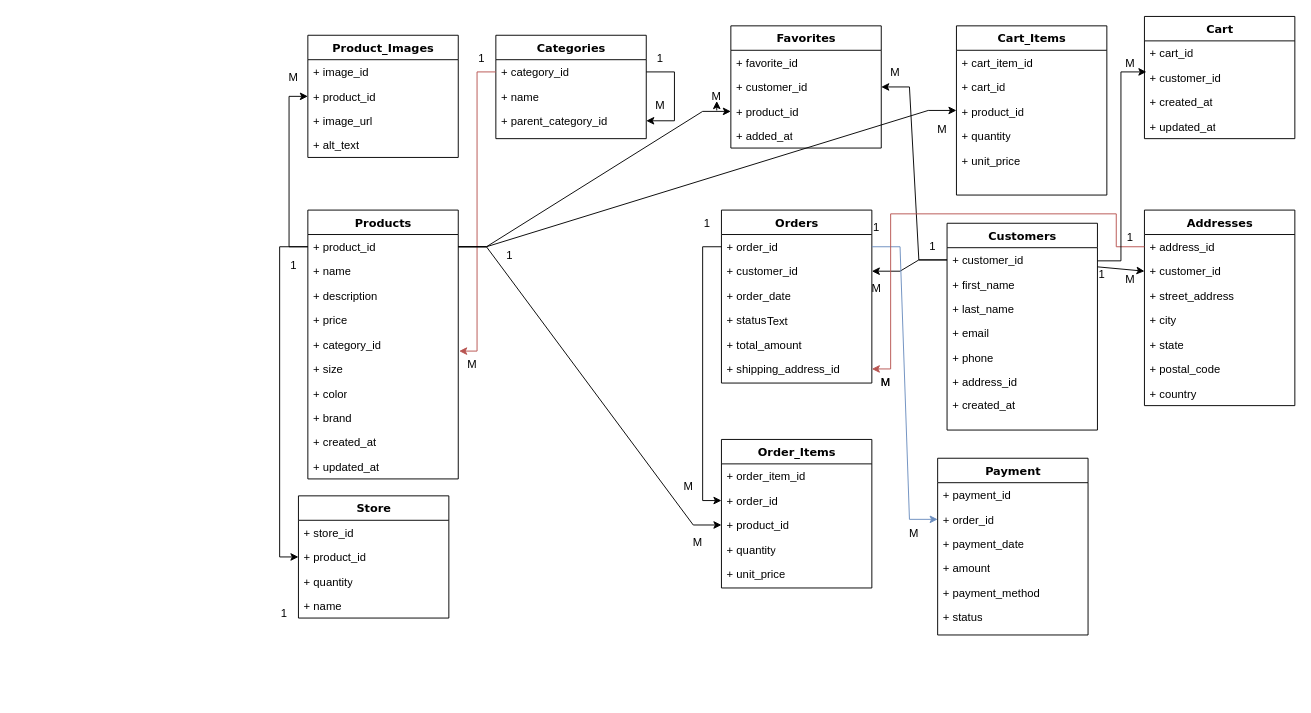
Before: docs/Діаграма без назви.drawio in Yaroslav-Sp/modnyk, a draw.io diagram. Source tidied: cells renumbered, new cells numbered last; positions are measured from the earlier drawing's top-left corner, leaving out a move shared by most shapes. Both pictures are drawn from the tidied source at 94%, with x=0, y=0 at pixel (270, 16).
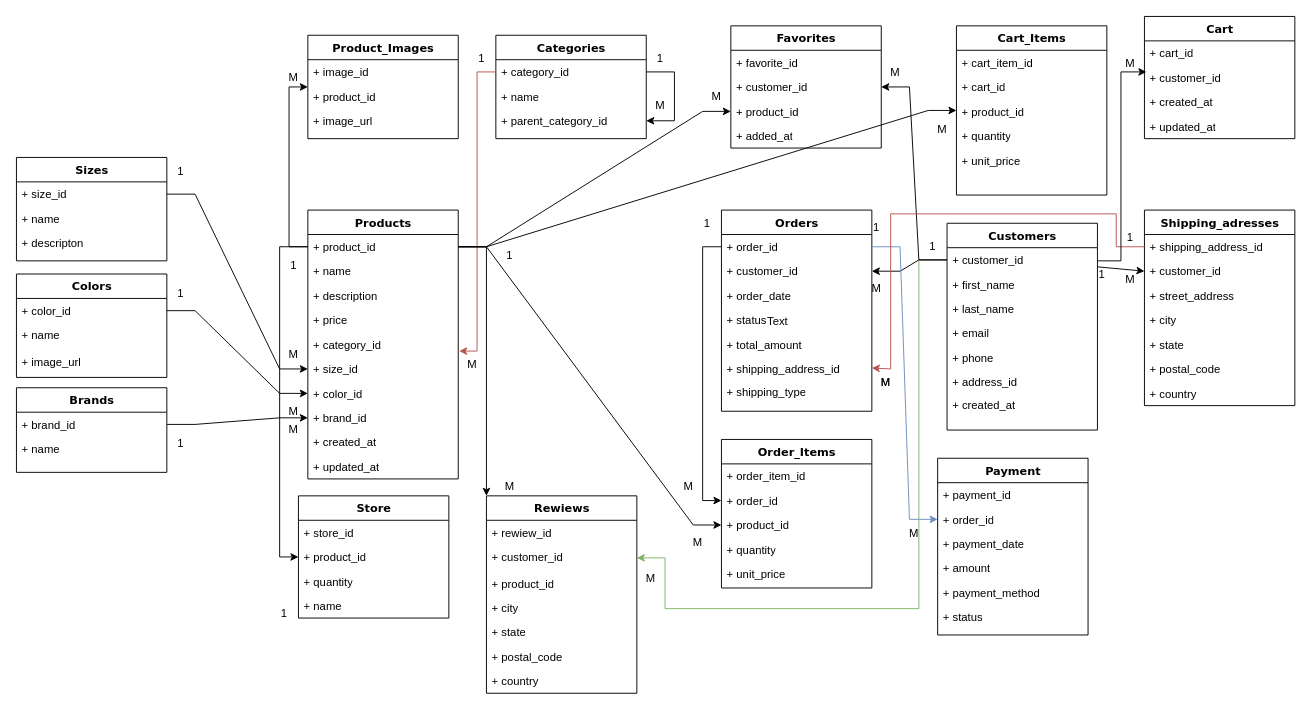
The same diagram, later.

Unchanged cells that the change refers to:
```xml
<mxCell id="2" value="Products" style="swimlane;html=1;fontStyle=1;align=center;verticalAlign=top;horizontal=1;startSize=26;swimlaneFillColor=#ffffff;rounded=0;shadow=0;comic=0;labelBackgroundColor=none;strokeWidth=1;fillColor=none;fontFamily=Verdana;fontSize=12;" parent="1" vertex="1">
  <mxGeometry x="40" y="206" width="160" height="286" as="geometry" />
</mxCell>
<mxCell id="3" value="+ product_id" style="text;html=1;strokeColor=none;fillColor=none;align=left;verticalAlign=top;spacingLeft=4;spacingRight=4;whiteSpace=wrap;overflow=hidden;points=[[0,0.5],[1,0.5]];portConstraint=eastwest;" parent="2" vertex="1">
  <mxGeometry y="26" width="160" height="26" as="geometry" />
</mxCell>
<mxCell id="78" value="+ product_id" style="text;html=1;strokeColor=none;fillColor=none;align=left;verticalAlign=top;spacingLeft=4;spacingRight=4;whiteSpace=wrap;overflow=hidden;points=[[0,0.5],[1,0.5]];portConstraint=eastwest;" parent="75" vertex="1">
  <mxGeometry y="78" width="160" height="26" as="geometry" />
</mxCell>
<mxCell id="93" value="M" style="text;html=1;align=center;verticalAlign=middle;whiteSpace=wrap;rounded=0;" parent="1" vertex="1">
  <mxGeometry x="460" y="70" width="30" height="30" as="geometry" />
</mxCell>
<mxCell id="102" value="1" style="text;html=1;align=center;verticalAlign=middle;whiteSpace=wrap;rounded=0;" parent="1" vertex="1">
  <mxGeometry x="690" y="230" width="30" height="30" as="geometry" />
</mxCell>
```

Change to the diagram source:
```diff
@@
-    <mxCell id="8" value="+ size" style="text;html=1;strokeColor=none;fillColor=none;align=left;verticalAlign=top;spacingLeft=4;spacingRight=4;whiteSpace=wrap;overflow=hidden;points=[[0,0.5],[1,0.5]];portConstraint=eastwest;" parent="2" vertex="1">
+    <mxCell id="8" value="+ size_id" style="text;html=1;strokeColor=none;fillColor=none;align=left;verticalAlign=top;spacingLeft=4;spacingRight=4;whiteSpace=wrap;overflow=hidden;points=[[0,0.5],[1,0.5]];portConstraint=eastwest;" parent="2" vertex="1">
       <mxGeometry y="156" width="160" height="26" as="geometry" />
     </mxCell>
-    <mxCell id="9" value="+ color" style="text;html=1;strokeColor=none;fillColor=none;align=left;verticalAlign=top;spacingLeft=4;spacingRight=4;whiteSpace=wrap;overflow=hidden;points=[[0,0.5],[1,0.5]];portConstraint=eastwest;" parent="2" vertex="1">
+    <mxCell id="9" value="+ color_id" style="text;html=1;strokeColor=none;fillColor=none;align=left;verticalAlign=top;spacingLeft=4;spacingRight=4;whiteSpace=wrap;overflow=hidden;points=[[0,0.5],[1,0.5]];portConstraint=eastwest;" parent="2" vertex="1">
       <mxGeometry y="182" width="160" height="26" as="geometry" />
     </mxCell>
-    <mxCell id="10" value="+ brand" style="text;html=1;strokeColor=none;fillColor=none;align=left;verticalAlign=top;spacingLeft=4;spacingRight=4;whiteSpace=wrap;overflow=hidden;points=[[0,0.5],[1,0.5]];portConstraint=eastwest;" parent="2" vertex="1">
+    <mxCell id="10" value="+ brand_id" style="text;html=1;strokeColor=none;fillColor=none;align=left;verticalAlign=top;spacingLeft=4;spacingRight=4;whiteSpace=wrap;overflow=hidden;points=[[0,0.5],[1,0.5]];portConstraint=eastwest;" parent="2" vertex="1">
       <mxGeometry y="208" width="160" height="26" as="geometry" />
     </mxCell>
@@
     <mxCell id="26" value="Orders" style="swimlane;html=1;fontStyle=1;align=center;verticalAlign=top;horizontal=1;startSize=26;swimlaneFillColor=#ffffff;rounded=0;shadow=0;comic=0;labelBackgroundColor=none;strokeWidth=1;fillColor=none;fontFamily=Verdana;fontSize=12;" parent="1" vertex="1">
-      <mxGeometry x="480" y="206" width="160" height="184" as="geometry" />
+      <mxGeometry x="480" y="206" width="160" height="214" as="geometry" />
     </mxCell>
@@
     <mxCell id="32" value="+ shipping_address_id" style="text;html=1;strokeColor=none;fillColor=none;align=left;verticalAlign=top;spacingLeft=4;spacingRight=4;whiteSpace=wrap;overflow=hidden;points=[[0,0.5],[1,0.5]];portConstraint=eastwest;" parent="26" vertex="1">
-      <mxGeometry y="156" width="160" height="26" as="geometry" />
+      <mxGeometry y="156" width="160" height="24" as="geometry" />
     </mxCell>
+    <mxCell id="119" value="+ shipping_type" style="text;html=1;strokeColor=none;fillColor=none;align=left;verticalAlign=top;spacingLeft=4;spacingRight=4;whiteSpace=wrap;overflow=hidden;" parent="26" vertex="1">
+      <mxGeometry y="180" width="160" height="24" as="geometry" />
+    </mxCell>
@@
-    <mxCell id="39" value="Addresses" style="swimlane;html=1;fontStyle=1;align=center;verticalAlign=top;horizontal=1;startSize=26;swimlaneFillColor=#ffffff;rounded=0;shadow=0;comic=0;labelBackgroundColor=none;strokeWidth=1;fillColor=none;fontFamily=Verdana;fontSize=12;" parent="1" vertex="1">
+    <mxCell id="39" value="Shipping_adresses" style="swimlane;html=1;fontStyle=1;align=center;verticalAlign=top;horizontal=1;startSize=26;swimlaneFillColor=#ffffff;rounded=0;shadow=0;comic=0;labelBackgroundColor=none;strokeWidth=1;fillColor=none;fontFamily=Verdana;fontSize=12;" parent="1" vertex="1">
       <mxGeometry x="930" y="206" width="160" height="208" as="geometry" />
     </mxCell>
-    <mxCell id="40" value="+ address_id" style="text;html=1;strokeColor=none;fillColor=none;align=left;verticalAlign=top;spacingLeft=4;spacingRight=4;whiteSpace=wrap;overflow=hidden;points=[[0,0.5],[1,0.5]];portConstraint=eastwest;" parent="39" vertex="1">
+    <mxCell id="40" value="+ shipping_address_id" style="text;html=1;strokeColor=none;fillColor=none;align=left;verticalAlign=top;spacingLeft=4;spacingRight=4;whiteSpace=wrap;overflow=hidden;points=[[0,0.5],[1,0.5]];portConstraint=eastwest;" parent="39" vertex="1">
       <mxGeometry y="26" width="160" height="26" as="geometry" />
     </mxCell>
@@
     <mxCell id="59" value="Product_Images" style="swimlane;html=1;fontStyle=1;align=center;verticalAlign=top;horizontal=1;startSize=26;swimlaneFillColor=#ffffff;rounded=0;shadow=0;comic=0;labelBackgroundColor=none;strokeWidth=1;fillColor=none;fontFamily=Verdana;fontSize=12;" parent="1" vertex="1">
-      <mxGeometry x="40" y="20" width="160" height="130" as="geometry" />
+      <mxGeometry x="40" y="20" width="160" height="110" as="geometry" />
     </mxCell>
@@
     <mxCell id="62" value="+ image_url" style="text;html=1;strokeColor=none;fillColor=none;align=left;verticalAlign=top;spacingLeft=4;spacingRight=4;whiteSpace=wrap;overflow=hidden;" parent="59" vertex="1">
-      <mxGeometry y="78" width="160" height="26" as="geometry" />
+      <mxGeometry y="78" width="160" height="30" as="geometry" />
     </mxCell>
-    <mxCell id="63" value="+ alt_text" style="text;html=1;strokeColor=none;fillColor=none;align=left;verticalAlign=top;spacingLeft=4;spacingRight=4;whiteSpace=wrap;overflow=hidden;" parent="59" vertex="1">
-      <mxGeometry y="104" width="160" height="26" as="geometry" />
-    </mxCell>
@@
     <mxCell id="89" style="edgeStyle=entityRelationEdgeStyle;rounded=0;jettySize=auto;html=1;entryX=0;entryY=0.5;entryDx=0;entryDy=0;" parent="1" edge="1" source="3" target="78">
-      <mxGeometry relative="1" as="geometry" />
+      <mxGeometry relative="1" as="geometry">
+        <Array as="points">
+          <mxPoint x="310" y="490" />
+        </Array>
+      </mxGeometry>
     </mxCell>
@@
+    <mxCell id="120" style="edgeStyle=orthogonalEdgeStyle;rounded=0;jettySize=auto;html=1;fillColor=#d5e8d4;strokeColor=#82b366;" parent="1" edge="1" source="102" target="123">
+      <mxGeometry relative="1" as="geometry">
+        <Array as="points">
+          <mxPoint x="690" y="630" />
+          <mxPoint x="420" y="630" />
+          <mxPoint x="420" y="576" />
+        </Array>
+      </mxGeometry>
+    </mxCell>
@@
-    <mxCell id="105" style="edgeStyle=orthogonalEdgeStyle;rounded=0;orthogonalLoop=1;jettySize=auto;html=1;exitX=0.5;exitY=1;exitDx=0;exitDy=0;entryX=0.5;entryY=0.667;entryDx=0;entryDy=0;entryPerimeter=0;" parent="1" edge="1" source="93" target="93">
-      <mxGeometry relative="1" as="geometry" />
-    </mxCell>
@@
+    <mxCell id="121" value="Rewiews" style="swimlane;html=1;fontStyle=1;align=center;verticalAlign=top;horizontal=1;startSize=26;swimlaneFillColor=#ffffff;rounded=0;shadow=0;comic=0;labelBackgroundColor=none;strokeWidth=1;fillColor=none;fontFamily=Verdana;fontSize=12;" parent="1" vertex="1">
+      <mxGeometry x="230" y="510" width="160" height="210" as="geometry" />
+    </mxCell>
+    <mxCell id="122" value="+ rewiew_id" style="text;html=1;strokeColor=none;fillColor=none;align=left;verticalAlign=top;spacingLeft=4;spacingRight=4;whiteSpace=wrap;overflow=hidden;" parent="121" vertex="1">
+      <mxGeometry y="26" width="160" height="26" as="geometry" />
+    </mxCell>
+    <mxCell id="123" value="+ customer_id" style="text;html=1;strokeColor=none;fillColor=none;align=left;verticalAlign=top;spacingLeft=4;spacingRight=4;whiteSpace=wrap;overflow=hidden;points=[[0,0.5],[1,0.5]];portConstraint=eastwest;" parent="121" vertex="1">
+      <mxGeometry y="52" width="160" height="28" as="geometry" />
+    </mxCell>
+    <mxCell id="124" value="+ product_id" style="text;html=1;strokeColor=none;fillColor=none;align=left;verticalAlign=top;spacingLeft=4;spacingRight=4;whiteSpace=wrap;overflow=hidden;" parent="121" vertex="1">
+      <mxGeometry y="80" width="160" height="26" as="geometry" />
+    </mxCell>
+    <mxCell id="125" value="+ city" style="text;html=1;strokeColor=none;fillColor=none;align=left;verticalAlign=top;spacingLeft=4;spacingRight=4;whiteSpace=wrap;overflow=hidden;" parent="121" vertex="1">
+      <mxGeometry y="106" width="160" height="26" as="geometry" />
+    </mxCell>
+    <mxCell id="126" value="+ state" style="text;html=1;strokeColor=none;fillColor=none;align=left;verticalAlign=top;spacingLeft=4;spacingRight=4;whiteSpace=wrap;overflow=hidden;" parent="121" vertex="1">
+      <mxGeometry y="132" width="160" height="26" as="geometry" />
+    </mxCell>
+    <mxCell id="127" value="+ postal_code" style="text;html=1;strokeColor=none;fillColor=none;align=left;verticalAlign=top;spacingLeft=4;spacingRight=4;whiteSpace=wrap;overflow=hidden;" parent="121" vertex="1">
+      <mxGeometry y="158" width="160" height="26" as="geometry" />
+    </mxCell>
+    <mxCell id="128" value="+ country" style="text;html=1;strokeColor=none;fillColor=none;align=left;verticalAlign=top;spacingLeft=4;spacingRight=4;whiteSpace=wrap;overflow=hidden;" parent="121" vertex="1">
+      <mxGeometry y="184" width="160" height="26" as="geometry" />
+    </mxCell>
+    <mxCell id="129" style="edgeStyle=orthogonalEdgeStyle;rounded=0;jettySize=auto;html=1;entryX=0;entryY=0;entryDx=0;entryDy=0;" parent="1" edge="1" source="3" target="121">
+      <mxGeometry relative="1" as="geometry" />
+    </mxCell>
+    <mxCell id="130" value="M" style="text;html=1;align=center;verticalAlign=middle;whiteSpace=wrap;rounded=0;" parent="1" vertex="1">
+      <mxGeometry x="240" y="490" width="30" height="20" as="geometry" />
+    </mxCell>
+    <mxCell id="131" value="M" style="text;html=1;align=center;verticalAlign=middle;whiteSpace=wrap;rounded=0;" parent="1" vertex="1">
+      <mxGeometry x="390" y="588" width="30" height="20" as="geometry" />
+    </mxCell>
+    <mxCell id="132" value="Sizes" style="swimlane;html=1;fontStyle=1;align=center;verticalAlign=top;horizontal=1;startSize=26;swimlaneFillColor=#ffffff;rounded=0;shadow=0;comic=0;labelBackgroundColor=none;strokeWidth=1;fillColor=none;fontFamily=Verdana;fontSize=12;" parent="1" vertex="1">
+      <mxGeometry x="-270" y="150" width="160" height="110" as="geometry" />
+    </mxCell>
+    <mxCell id="133" value="+ size_id" style="text;html=1;strokeColor=none;fillColor=none;align=left;verticalAlign=top;spacingLeft=4;spacingRight=4;whiteSpace=wrap;overflow=hidden;points=[[0,0.5],[1,0.5]];portConstraint=eastwest;" parent="132" vertex="1">
+      <mxGeometry y="26" width="160" height="26" as="geometry" />
+    </mxCell>
+    <mxCell id="134" value="+ name" style="text;html=1;strokeColor=none;fillColor=none;align=left;verticalAlign=top;spacingLeft=4;spacingRight=4;whiteSpace=wrap;overflow=hidden;" parent="132" vertex="1">
+      <mxGeometry y="52" width="160" height="26" as="geometry" />
+    </mxCell>
+    <mxCell id="135" value="+ descripton" style="text;html=1;strokeColor=none;fillColor=none;align=left;verticalAlign=top;spacingLeft=4;spacingRight=4;whiteSpace=wrap;overflow=hidden;" parent="132" vertex="1">
+      <mxGeometry y="78" width="160" height="26" as="geometry" />
+    </mxCell>
+    <mxCell id="136" style="rounded=0;jettySize=auto;html=1;exitX=1;exitY=0.5;exitDx=0;exitDy=0;entryX=0;entryY=0.5;entryDx=0;entryDy=0;edgeStyle=entityRelationEdgeStyle;" parent="1" edge="1" source="133" target="8">
+      <mxGeometry relative="1" as="geometry" />
+    </mxCell>
+    <mxCell id="137" value="Colors" style="swimlane;html=1;fontStyle=1;align=center;verticalAlign=top;horizontal=1;startSize=26;swimlaneFillColor=#ffffff;rounded=0;shadow=0;comic=0;labelBackgroundColor=none;strokeWidth=1;fillColor=none;fontFamily=Verdana;fontSize=12;" parent="1" vertex="1">
+      <mxGeometry x="-270" y="274" width="160" height="110" as="geometry" />
+    </mxCell>
+    <mxCell id="138" value="+ color_id" style="text;html=1;strokeColor=none;fillColor=none;align=left;verticalAlign=top;spacingLeft=4;spacingRight=4;whiteSpace=wrap;overflow=hidden;points=[[0,0.5],[1,0.5]];portConstraint=eastwest;" parent="137" vertex="1">
+      <mxGeometry y="26" width="160" height="26" as="geometry" />
+    </mxCell>
+    <mxCell id="139" value="+ name" style="text;html=1;strokeColor=none;fillColor=none;align=left;verticalAlign=top;spacingLeft=4;spacingRight=4;whiteSpace=wrap;overflow=hidden;" parent="137" vertex="1">
+      <mxGeometry y="52" width="160" height="28" as="geometry" />
+    </mxCell>
+    <mxCell id="140" value="+ image_url" style="text;html=1;strokeColor=none;fillColor=none;align=left;verticalAlign=top;spacingLeft=4;spacingRight=4;whiteSpace=wrap;overflow=hidden;" parent="137" vertex="1">
+      <mxGeometry y="80" width="160" height="30" as="geometry" />
+    </mxCell>
+    <mxCell id="141" style="rounded=0;jettySize=auto;html=1;entryX=0;entryY=0.5;entryDx=0;entryDy=0;exitX=1;exitY=0.5;exitDx=0;exitDy=0;edgeStyle=entityRelationEdgeStyle;" parent="1" edge="1" source="138" target="9">
+      <mxGeometry relative="1" as="geometry" />
+    </mxCell>
+    <mxCell id="142" value="Brands" style="swimlane;html=1;fontStyle=1;align=center;verticalAlign=top;horizontal=1;startSize=26;swimlaneFillColor=#ffffff;rounded=0;shadow=0;comic=0;labelBackgroundColor=none;strokeWidth=1;fillColor=none;fontFamily=Verdana;fontSize=12;" parent="1" vertex="1">
+      <mxGeometry x="-270" y="395" width="160" height="90" as="geometry" />
+    </mxCell>
+    <mxCell id="143" value="+ brand_id" style="text;html=1;strokeColor=none;fillColor=none;align=left;verticalAlign=top;spacingLeft=4;spacingRight=4;whiteSpace=wrap;overflow=hidden;points=[[0,0.5],[1,0.5]];portConstraint=eastwest;" parent="142" vertex="1">
+      <mxGeometry y="26" width="160" height="26" as="geometry" />
+    </mxCell>
+    <mxCell id="144" value="+ name" style="text;html=1;strokeColor=none;fillColor=none;align=left;verticalAlign=top;spacingLeft=4;spacingRight=4;whiteSpace=wrap;overflow=hidden;" parent="142" vertex="1">
+      <mxGeometry y="52" width="160" height="28" as="geometry" />
+    </mxCell>
+    <mxCell id="145" style="edgeStyle=entityRelationEdgeStyle;rounded=0;jettySize=auto;html=1;entryX=0;entryY=0.5;entryDx=0;entryDy=0;" parent="1" edge="1" source="143" target="10">
+      <mxGeometry relative="1" as="geometry" />
+    </mxCell>
+    <mxCell id="146" value="M" style="text;html=1;align=center;verticalAlign=middle;whiteSpace=wrap;rounded=0;" parent="1" vertex="1">
+      <mxGeometry x="10" y="410" width="30" height="20" as="geometry" />
+    </mxCell>
+    <mxCell id="147" value="M" style="text;html=1;align=center;verticalAlign=middle;whiteSpace=wrap;rounded=0;" parent="1" vertex="1">
+      <mxGeometry x="10" y="430" width="30" height="20" as="geometry" />
+    </mxCell>
+    <mxCell id="148" value="M" style="text;html=1;align=center;verticalAlign=middle;whiteSpace=wrap;rounded=0;" parent="1" vertex="1">
+      <mxGeometry x="10" y="350" width="30" height="20" as="geometry" />
+    </mxCell>
+    <mxCell id="149" value="1" style="text;html=1;align=center;verticalAlign=middle;whiteSpace=wrap;rounded=0;" parent="1" vertex="1">
+      <mxGeometry x="-110" y="150" width="30" height="30" as="geometry" />
+    </mxCell>
+    <mxCell id="150" value="1" style="text;html=1;align=center;verticalAlign=middle;whiteSpace=wrap;rounded=0;" parent="1" vertex="1">
+      <mxGeometry x="-110" y="280" width="30" height="30" as="geometry" />
+    </mxCell>
+    <mxCell id="151" value="1" style="text;html=1;align=center;verticalAlign=middle;whiteSpace=wrap;rounded=0;" parent="1" vertex="1">
+      <mxGeometry x="-110" y="440" width="30" height="30" as="geometry" />
+    </mxCell>
```
